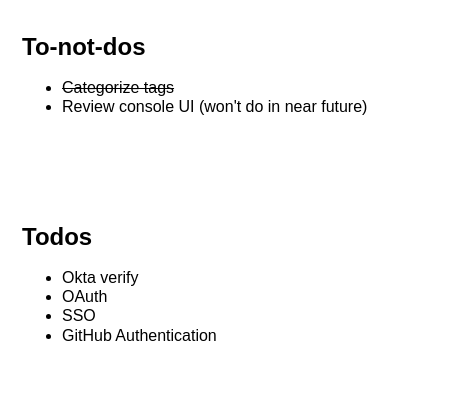
This is page "Todos" (4 of 6) of docs/Linker.drawio from data-miner00/Linker, a draw.io file, before an edit. Source tidied: cells renumbered, new cells numbered last; positions are measured from the earlier drawing's top-left corner, leaving out a move shared by most shapes. Both pictures are drawn from the tidied source at 100%, with x=0, y=0 at pixel (17, 27).
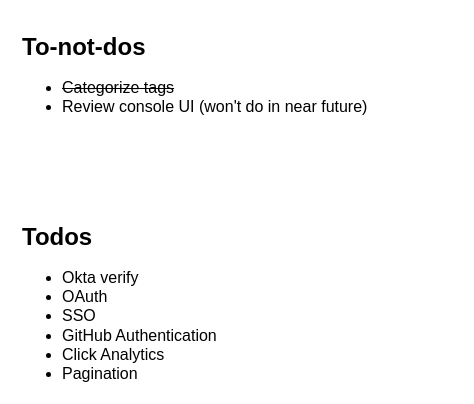
The same page after the edit.

Diff of the diagram source:
```diff
@@
 <mxGraphModel>
   <root>
     <mxCell id="0" />
     <mxCell id="1" parent="0" />
     <mxCell id="2" value="&lt;h1&gt;To-not-dos&lt;/h1&gt;&lt;p&gt;&lt;/p&gt;&lt;ul style=&quot;font-size: 16px;&quot;&gt;&lt;li&gt;&lt;strike&gt;Categorize tags&lt;/strike&gt;&lt;/li&gt;&lt;li&gt;Review console UI (won't do in near future)&lt;/li&gt;&lt;/ul&gt;&lt;p&gt;&lt;/p&gt;" style="text;html=1;strokeColor=none;fillColor=none;spacing=5;spacingTop=-20;whiteSpace=wrap;overflow=hidden;rounded=0;" parent="1" vertex="1">
       <mxGeometry width="440" height="120" as="geometry" />
     </mxCell>
-    <mxCell id="3" value="&lt;h1&gt;Todos&lt;/h1&gt;&lt;ul style=&quot;font-size: 16px;&quot;&gt;&lt;li&gt;Okta verify&lt;/li&gt;&lt;li&gt;OAuth&lt;/li&gt;&lt;li&gt;SSO&lt;/li&gt;&lt;li&gt;GitHub Authentication&lt;/li&gt;&lt;/ul&gt;&lt;p&gt;&lt;/p&gt;" style="text;html=1;strokeColor=none;fillColor=none;spacing=5;spacingTop=-20;whiteSpace=wrap;overflow=hidden;rounded=0;" parent="1" vertex="1">
+    <mxCell id="3" value="&lt;h1&gt;Todos&lt;/h1&gt;&lt;ul style=&quot;font-size: 16px;&quot;&gt;&lt;li&gt;Okta verify&lt;/li&gt;&lt;li&gt;OAuth&lt;/li&gt;&lt;li&gt;SSO&lt;/li&gt;&lt;li&gt;GitHub Authentication&lt;/li&gt;&lt;li&gt;Click Analytics&lt;/li&gt;&lt;li&gt;Pagination&lt;/li&gt;&lt;/ul&gt;&lt;p&gt;&lt;/p&gt;" style="text;html=1;strokeColor=none;fillColor=none;spacing=5;spacingTop=-20;whiteSpace=wrap;overflow=hidden;rounded=0;" parent="1" vertex="1">
       <mxGeometry y="190" width="440" height="170" as="geometry" />
     </mxCell>
   </root>
 </mxGraphModel>
```
